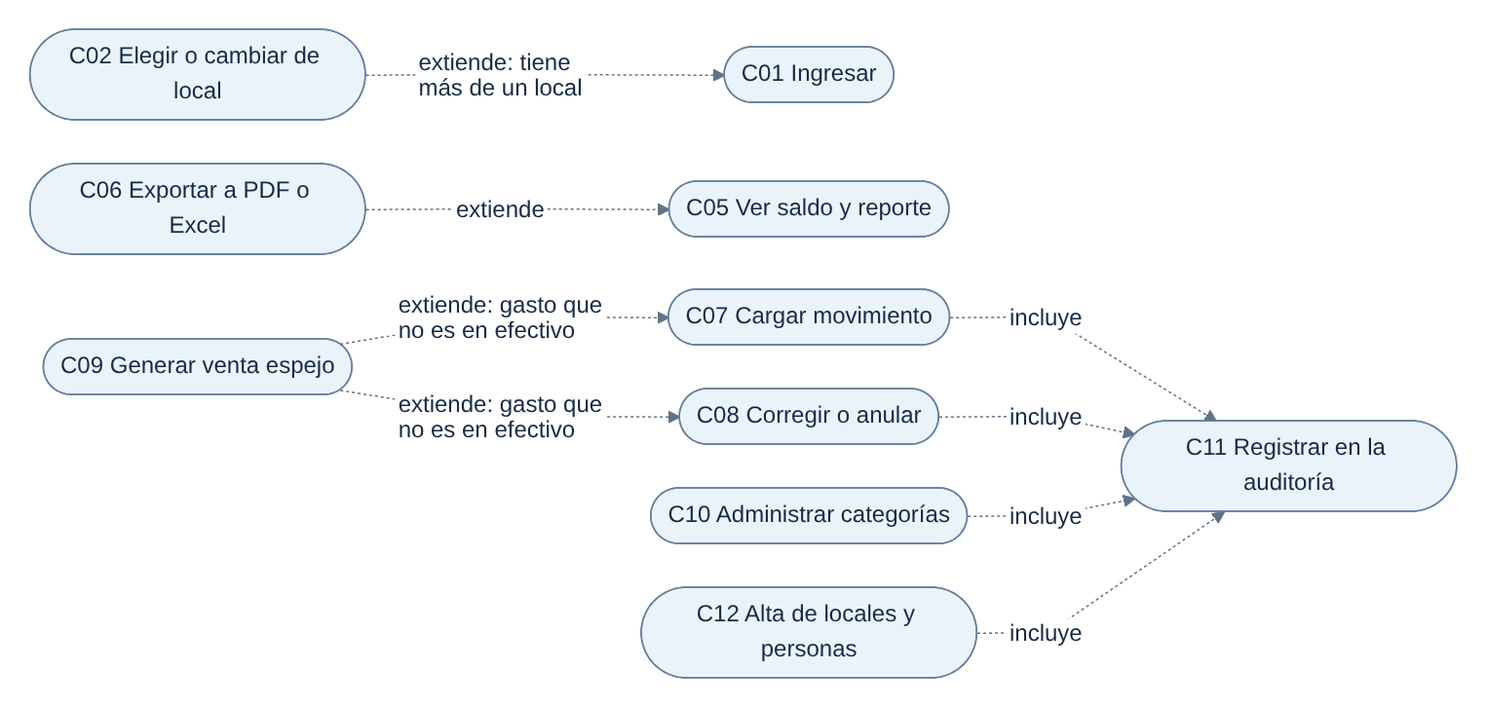
Before: docs/diagramas/png/CU-02.png, a diagram exported from Mermaid (aleharo2003/floky-cuadernos). Its source is kept beside it as docs/diagramas/fuentes/CU-02.mmd.
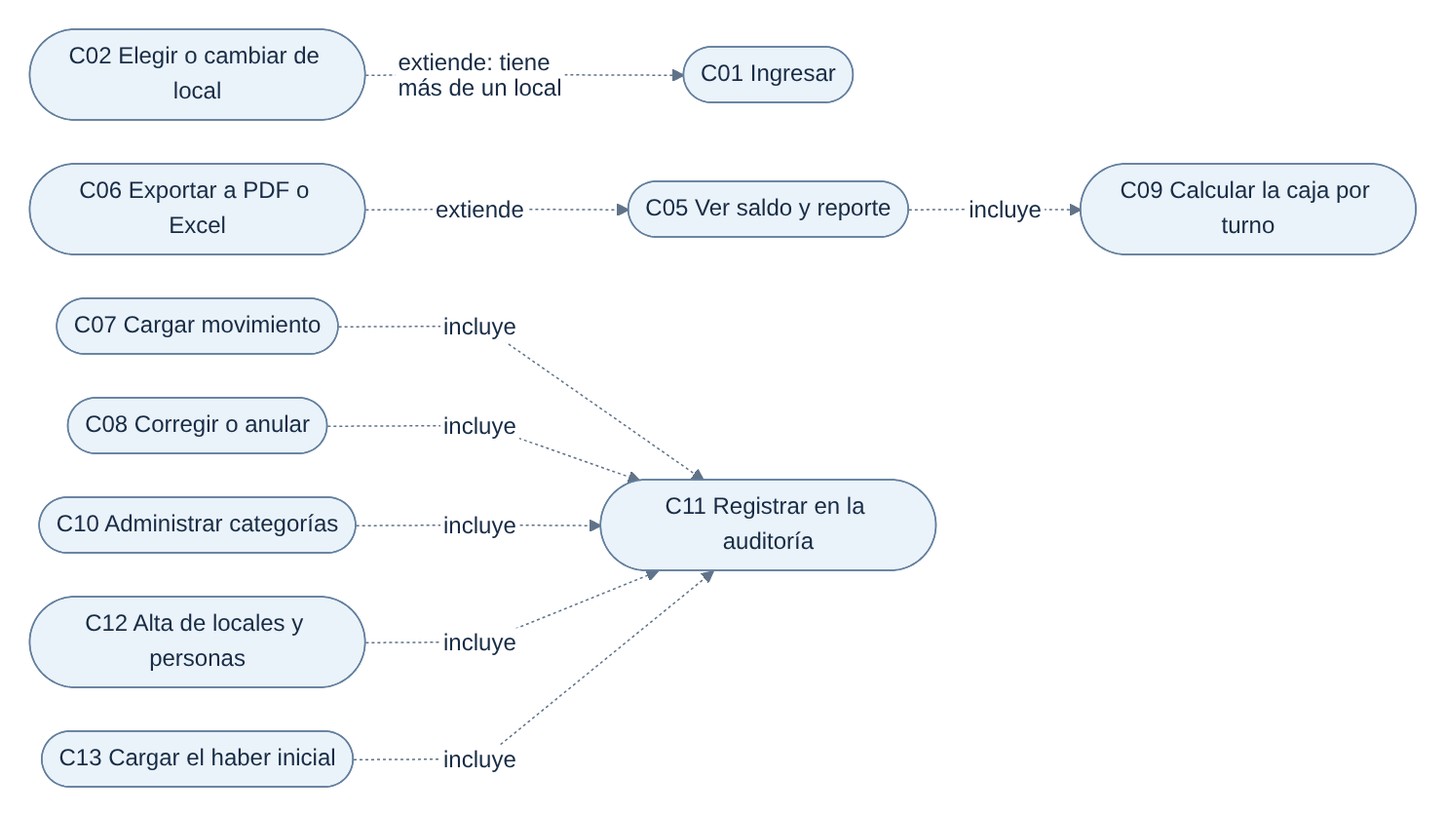
Later version of the same file.

What changed in the source:
```diff
@@ -1,9 +1,9 @@
 flowchart LR
     C02(["C02 Elegir o cambiar de local"]) -.->|"extiende: tiene<br/>más de un local"| C01(["C01 Ingresar"])
     C06(["C06 Exportar a PDF o Excel"]) -.->|"extiende"| C05(["C05 Ver saldo y reporte"])
-    C09(["C09 Generar venta espejo"]) -.->|"extiende: gasto que<br/>no es en efectivo"| C07(["C07 Cargar movimiento"])
-    C09 -.->|"extiende: gasto que<br/>no es en efectivo"| C08(["C08 Corregir o anular"])
-    C07 -.->|"incluye"| C11(["C11 Registrar en la auditoría"])
-    C08 -.->|"incluye"| C11
+    C05 -.->|"incluye"| C09(["C09 Calcular la caja por turno"])
+    C07(["C07 Cargar movimiento"]) -.->|"incluye"| C11(["C11 Registrar en la auditoría"])
+    C08(["C08 Corregir o anular"]) -.->|"incluye"| C11
     C10(["C10 Administrar categorías"]) -.->|"incluye"| C11
     C12(["C12 Alta de locales y personas"]) -.->|"incluye"| C11
+    C13(["C13 Cargar el haber inicial"]) -.->|"incluye"| C11
```
